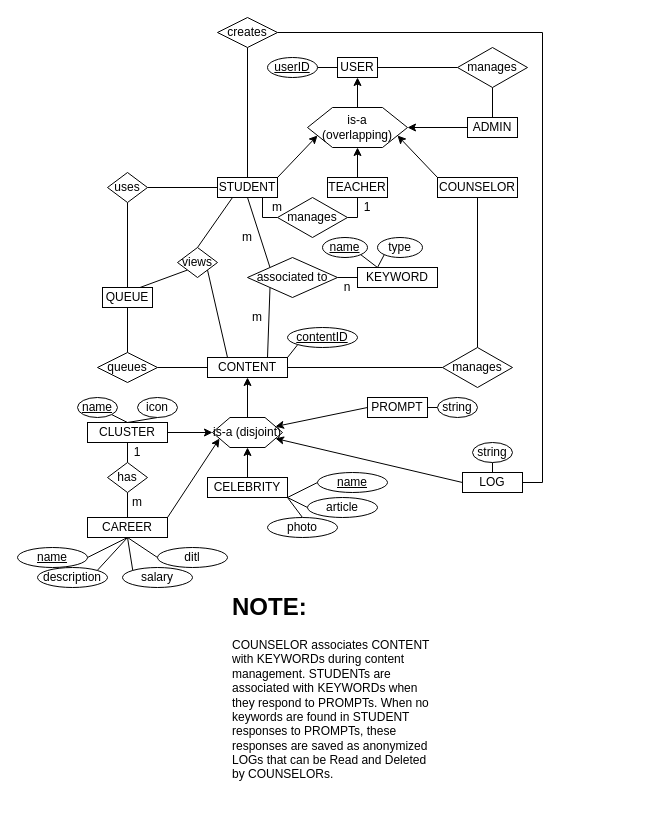
The draw.io diagram docs/careerFindERD.drawio in audiblePi/career-finder, before the edit. Source tidied: cells renumbered, new cells numbered last; positions are measured from the earlier drawing's top-left corner, leaving out a move shared by most shapes. Both pictures are drawn from the tidied source at 100%, with x=0, y=0 at pixel (17, 17).
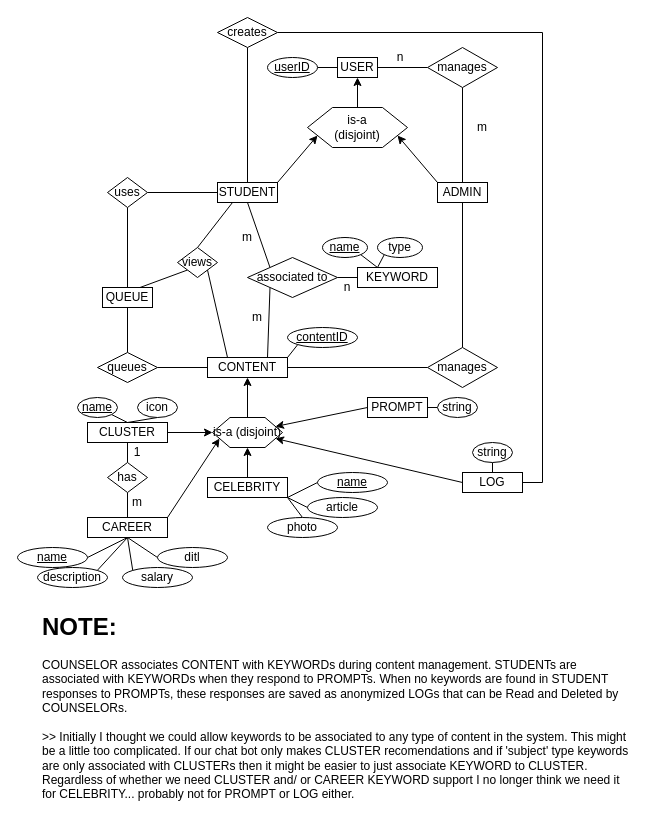
Above is the later version.

Commit message (it also covers changes not shown here):
Updates for fewer users, thinking about keywords.

The edit, as a diff of the source:
```diff
@@
     <mxCell id="8" value="STUDENT" style="rounded=0;whiteSpace=wrap;html=1;" parent="1" vertex="1">
-      <mxGeometry x="200" y="160" width="60" height="20" as="geometry" />
+      <mxGeometry x="200" y="165" width="60" height="20" as="geometry" />
     </mxCell>
-    <mxCell id="9" style="edgeStyle=orthogonalEdgeStyle;rounded=0;jettySize=auto;html=1;exitX=0.5;exitY=0;exitDx=0;exitDy=0;entryX=0.5;entryY=1;entryDx=0;entryDy=0;" parent="1" edge="1" source="10" target="18">
-      <mxGeometry relative="1" as="geometry" />
-    </mxCell>
-    <mxCell id="10" value="TEACHER" style="rounded=0;whiteSpace=wrap;html=1;" parent="1" vertex="1">
-      <mxGeometry x="310" y="160" width="60" height="20" as="geometry" />
-    </mxCell>
+    <mxCell id="12" style="edgeStyle=none;rounded=0;jettySize=auto;html=1;exitX=0.5;exitY=0;exitDx=0;exitDy=0;entryX=0.5;entryY=1;entryDx=0;entryDy=0;endArrow=none;endFill=0;" parent="1" edge="1" source="13" target="20">
+      <mxGeometry relative="1" as="geometry" />
+    </mxCell>
-    <mxCell id="11" style="edgeStyle=none;rounded=0;jettySize=auto;html=1;exitX=0;exitY=0.5;exitDx=0;exitDy=0;entryX=1;entryY=0.5;entryDx=0;entryDy=0;" parent="1" edge="1" source="13" target="18">
+    <mxCell id="11" style="rounded=0;jettySize=auto;html=1;exitX=0;exitY=0;exitDx=0;exitDy=0;entryX=1;entryY=0.75;entryDx=0;entryDy=0;endArrow=classic;endFill=1;" parent="1" edge="1" source="13" target="18">
       <mxGeometry relative="1" as="geometry" />
     </mxCell>
-    <mxCell id="12" style="edgeStyle=none;rounded=0;jettySize=auto;html=1;exitX=0.5;exitY=0;exitDx=0;exitDy=0;entryX=0.5;entryY=1;entryDx=0;entryDy=0;endArrow=none;endFill=0;" parent="1" edge="1" source="13" target="20">
-      <mxGeometry relative="1" as="geometry" />
-    </mxCell>
     <mxCell id="13" value="ADMIN" style="rounded=0;whiteSpace=wrap;html=1;" parent="1" vertex="1">
-      <mxGeometry x="450" y="100" width="50" height="20" as="geometry" />
+      <mxGeometry x="420" y="165" width="50" height="20" as="geometry" />
     </mxCell>
-    <mxCell id="14" style="edgeStyle=none;rounded=0;jettySize=auto;html=1;exitX=0;exitY=0;exitDx=0;exitDy=0;entryX=1;entryY=0.75;entryDx=0;entryDy=0;" parent="1" edge="1" source="16" target="18">
-      <mxGeometry relative="1" as="geometry" />
-    </mxCell>
-    <mxCell id="15" style="edgeStyle=none;rounded=0;jettySize=auto;html=1;exitX=0.5;exitY=1;exitDx=0;exitDy=0;entryX=0.5;entryY=0;entryDx=0;entryDy=0;endArrow=none;endFill=0;" parent="1" edge="1" source="16" target="37">
-      <mxGeometry relative="1" as="geometry" />
-    </mxCell>
-    <mxCell id="16" value="COUNSELOR" style="rounded=0;whiteSpace=wrap;html=1;" parent="1" vertex="1">
-      <mxGeometry x="420" y="160" width="80" height="20" as="geometry" />
-    </mxCell>
@@
-    <mxCell id="18" value="is-a&lt;br&gt;(overlapping)" style="shape=hexagon;perimeter=hexagonPerimeter2;whiteSpace=wrap;html=1;" parent="1" vertex="1">
+    <mxCell id="18" value="is-a&lt;br&gt;(disjoint)" style="shape=hexagon;perimeter=hexagonPerimeter2;whiteSpace=wrap;html=1;" parent="1" vertex="1">
       <mxGeometry x="290" y="90" width="100" height="40" as="geometry" />
     </mxCell>
@@
     <mxCell id="20" value="manages" style="rhombus;whiteSpace=wrap;html=1;" parent="1" vertex="1">
-      <mxGeometry x="440" y="30" width="70" height="40" as="geometry" />
+      <mxGeometry x="410" y="30" width="70" height="40" as="geometry" />
     </mxCell>
-    <mxCell id="21" style="edgeStyle=orthogonalEdgeStyle;rounded=0;jettySize=auto;html=1;exitX=1;exitY=0.5;exitDx=0;exitDy=0;entryX=0.5;entryY=1;entryDx=0;entryDy=0;endArrow=none;endFill=0;" parent="1" edge="1" source="23" target="10">
-      <mxGeometry relative="1" as="geometry" />
-    </mxCell>
-    <mxCell id="22" style="edgeStyle=orthogonalEdgeStyle;rounded=0;jettySize=auto;html=1;exitX=0;exitY=0.5;exitDx=0;exitDy=0;entryX=0.75;entryY=1;entryDx=0;entryDy=0;endArrow=none;endFill=0;" parent="1" edge="1" source="23" target="8">
-      <mxGeometry relative="1" as="geometry" />
-    </mxCell>
-    <mxCell id="23" value="manages" style="rhombus;whiteSpace=wrap;html=1;" parent="1" vertex="1">
-      <mxGeometry x="260" y="180" width="70" height="40" as="geometry" />
-    </mxCell>
@@
     <mxCell id="25" value="uses" style="rhombus;whiteSpace=wrap;html=1;" parent="1" vertex="1">
-      <mxGeometry x="90" y="155" width="40" height="30" as="geometry" />
+      <mxGeometry x="90" y="160" width="40" height="30" as="geometry" />
     </mxCell>
@@
+    <mxCell id="95" style="edgeStyle=orthogonalEdgeStyle;rounded=0;jettySize=auto;html=1;exitX=0.5;exitY=0;exitDx=0;exitDy=0;entryX=0.5;entryY=1;entryDx=0;entryDy=0;endArrow=none;endFill=0;" parent="1" edge="1" source="37" target="13">
+      <mxGeometry relative="1" as="geometry" />
+    </mxCell>
     <mxCell id="37" value="manages" style="rhombus;whiteSpace=wrap;html=1;" parent="1" vertex="1">
-      <mxGeometry x="425" y="330" width="70" height="40" as="geometry" />
+      <mxGeometry x="410" y="330" width="70" height="40" as="geometry" />
     </mxCell>
@@
-    <mxCell id="73" value="&lt;h1&gt;NOTE:&lt;/h1&gt;&lt;p&gt;COUNSELOR associates CONTENT with KEYWORDs during content management. STUDENTs are associated with KEYWORDs when they respond to PROMPTs. When no keywords are found in STUDENT responses to PROMPTs, these responses are saved as anonymized LOGs that can be Read and Deleted by COUNSELORs.&lt;/p&gt;" style="text;html=1;strokeColor=none;fillColor=none;spacing=5;spacingTop=-20;whiteSpace=wrap;overflow=hidden;rounded=0;" parent="1" vertex="1">
-      <mxGeometry x="210" y="570" width="210" height="200" as="geometry" />
+    <mxCell id="73" value="&lt;h1&gt;NOTE:&lt;/h1&gt;&lt;p&gt;COUNSELOR associates CONTENT with KEYWORDs during content management. STUDENTs are associated with KEYWORDs when they respond to PROMPTs. When no keywords are found in STUDENT responses to PROMPTs, these responses are saved as anonymized LOGs that can be Read and Deleted by COUNSELORs.&lt;br&gt;&lt;br&gt;&amp;gt;&amp;gt; Initially I thought we could allow keywords to be associated to any type of content in the system. This might be a little too complicated. If our chat bot only makes CLUSTER recomendations and if 'subject' type keywords are only associated with CLUSTERs then it might be easier to just associate KEYWORD to CLUSTER. Regardless of whether we need CLUSTER and/ or CAREER KEYWORD support I no longer think we need it for CELEBRITY... probably not for PROMPT or LOG either.&lt;/p&gt;" style="text;html=1;strokeColor=none;fillColor=none;spacing=5;spacingTop=-20;whiteSpace=wrap;overflow=hidden;rounded=0;" parent="1" vertex="1">
+      <mxGeometry x="20" y="590" width="600" height="200" as="geometry" />
     </mxCell>
@@
     <mxCell id="82" value="m" style="text;html=1;strokeColor=none;fillColor=none;align=center;verticalAlign=middle;whiteSpace=wrap;rounded=0;" parent="1" vertex="1">
-      <mxGeometry x="250" y="180" width="20" height="20" as="geometry" />
+      <mxGeometry x="455" y="100" width="20" height="20" as="geometry" />
     </mxCell>
@@
-    <mxCell id="93" value="1" style="text;html=1;strokeColor=none;fillColor=none;align=center;verticalAlign=middle;whiteSpace=wrap;rounded=0;" parent="1" vertex="1">
-      <mxGeometry x="340" y="180" width="20" height="20" as="geometry" />
-    </mxCell>
@@
+    <mxCell id="96" value="n" style="text;html=1;strokeColor=none;fillColor=none;align=center;verticalAlign=middle;whiteSpace=wrap;rounded=0;" parent="1" vertex="1">
+      <mxGeometry x="372.5" y="30" width="20" height="20" as="geometry" />
+    </mxCell>
```
